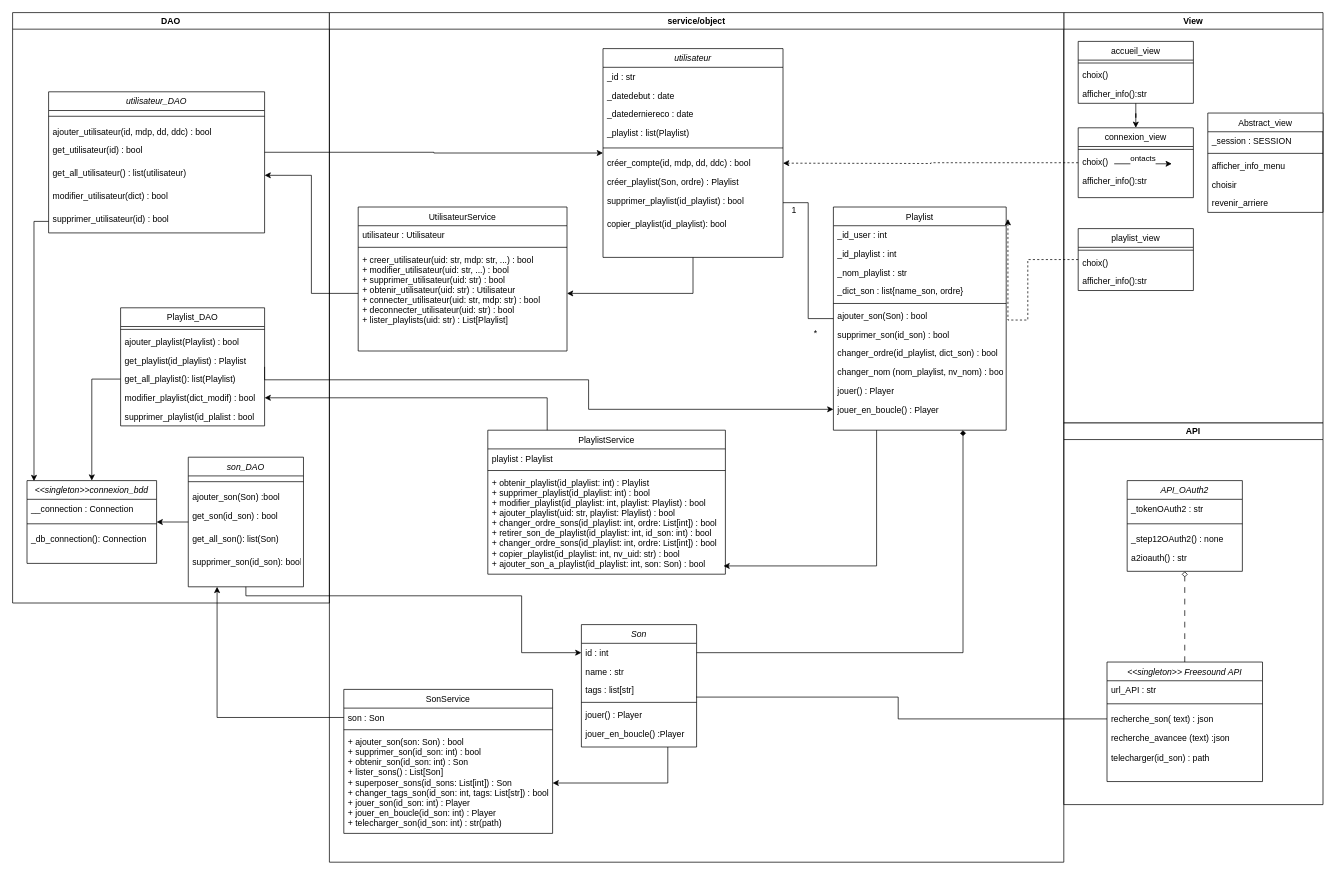
PepitoTSO/Projet-INFO-ENSAI-2A-Gr14 keeps this draw.io diagram as doc/modelisation/Le_diag_classe.drawio. Above is the earlier version. Source tidied: cells renumbered, new cells numbered last; positions are measured from the earlier drawing's top-left corner, leaving out a move shared by most shapes. Both pictures are drawn from the tidied source at 72%, with x=0, y=0 at pixel (12, 12).
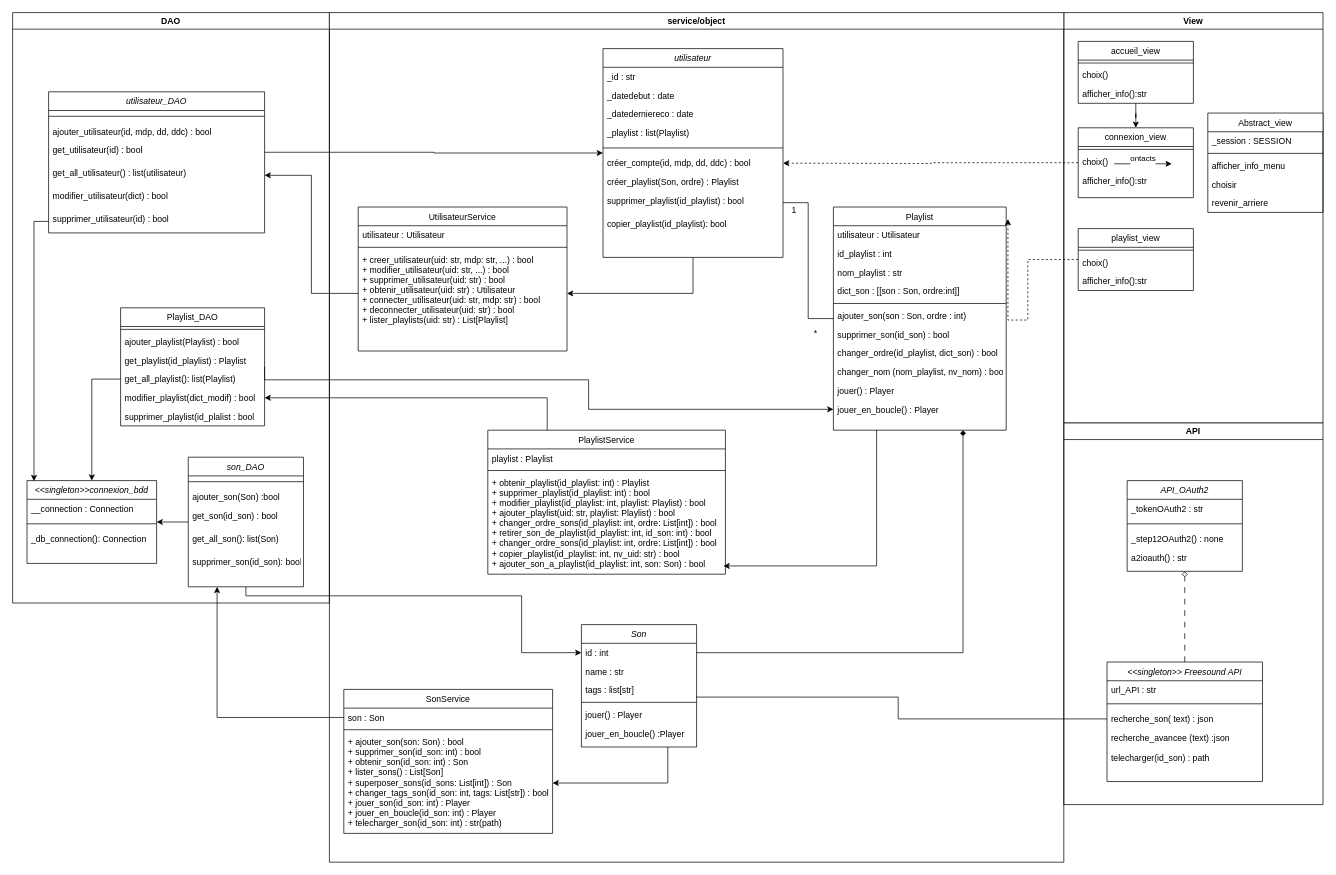
The same page after the edit.

Unchanged cells that the change refers to:
```xml
<mxCell id="72" value="Playlist" style="swimlane;fontStyle=0;align=center;verticalAlign=top;horizontal=1;startSize=26;rounded=0;shadow=0;strokeWidth=1;" parent="63" vertex="1">
  <mxGeometry x="700" y="270" width="240" height="310" as="geometry" />
</mxCell>
```

The edit, as a diff of the source:
```diff
@@
-    <mxCell id="73" value="_id_user : int" style="text;align=left;verticalAlign=top;spacingLeft=4;spacingRight=4;overflow=hidden;" parent="72" vertex="1">
+    <mxCell id="73" value="utilisateur : Utilisateur" style="text;align=left;verticalAlign=top;spacingLeft=4;spacingRight=4;overflow=hidden;" parent="72" vertex="1">
       <mxGeometry y="26" width="240" height="26" as="geometry" />
     </mxCell>
-    <mxCell id="74" value="_id_playlist : int" style="text;align=left;verticalAlign=top;spacingLeft=4;spacingRight=4;overflow=hidden;" parent="72" vertex="1">
+    <mxCell id="74" value="id_playlist : int" style="text;align=left;verticalAlign=top;spacingLeft=4;spacingRight=4;overflow=hidden;" parent="72" vertex="1">
       <mxGeometry y="52" width="240" height="26" as="geometry" />
     </mxCell>
-    <mxCell id="75" value="_nom_playlist : str" style="text;align=left;verticalAlign=top;spacingLeft=4;spacingRight=4;overflow=hidden;" parent="72" vertex="1">
+    <mxCell id="75" value="nom_playlist : str" style="text;align=left;verticalAlign=top;spacingLeft=4;spacingRight=4;overflow=hidden;" parent="72" vertex="1">
       <mxGeometry y="78" width="240" height="26" as="geometry" />
     </mxCell>
-    <mxCell id="76" value="_dict_son : list{name_son, ordre}" style="text;align=left;verticalAlign=top;spacingLeft=4;spacingRight=4;overflow=hidden;" parent="72" vertex="1">
+    <mxCell id="76" value="dict_son : [[son : Son, ordre:int]]" style="text;align=left;verticalAlign=top;spacingLeft=4;spacingRight=4;overflow=hidden;" parent="72" vertex="1">
       <mxGeometry y="104" width="240" height="26" as="geometry" />
     </mxCell>
@@
-    <mxCell id="78" value="ajouter_son(Son) : bool" style="text;align=left;verticalAlign=top;spacingLeft=4;spacingRight=4;overflow=hidden;" parent="72" vertex="1">
+    <mxCell id="78" value="ajouter_son(son : Son, ordre : int)" style="text;align=left;verticalAlign=top;spacingLeft=4;spacingRight=4;overflow=hidden;" parent="72" vertex="1">
       <mxGeometry y="138" width="240" height="26" as="geometry" />
     </mxCell>
```
